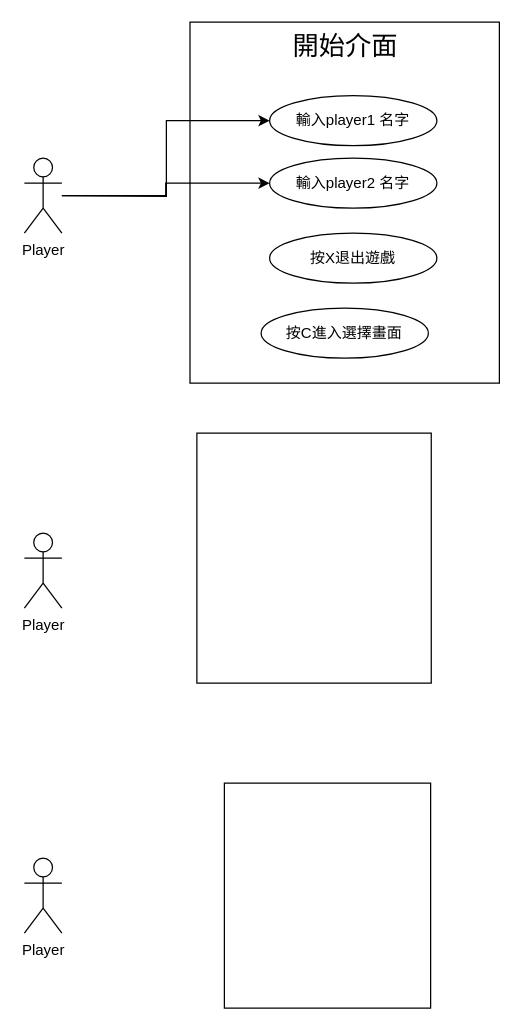
Before: Untitled Diagram.drawio in CHUN983/nuk_assembly_project, a draw.io diagram. Source tidied: cells renumbered, new cells numbered last; positions are measured from the earlier drawing's top-left corner, leaving out a move shared by most shapes. Both pictures are drawn from the tidied source at 125%, with x=0, y=0 at pixel (24, 21).
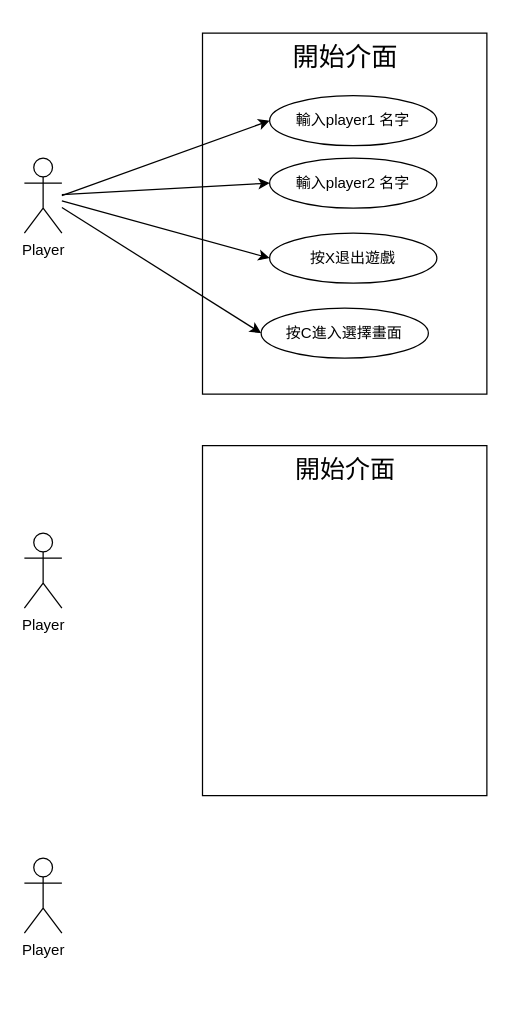
The same diagram, later.

The edit, as a diff of the source:
```diff
@@
 <mxGraphModel>
   <root>
     <mxCell id="0" />
     <mxCell id="1" parent="0" />
-    <mxCell id="2" value="&lt;font style=&quot;font-size: 21px;&quot;&gt;開始介面&lt;/font&gt;&lt;div style=&quot;font-size: 21px;&quot;&gt;&lt;br&gt;&lt;/div&gt;" style="rounded=0;whiteSpace=wrap;html=1;verticalAlign=top;" parent="1" vertex="1">
-      <mxGeometry x="132.5" y="0.2" width="247.5" height="288.8" as="geometry" />
+    <mxCell id="2" value="&lt;font style=&quot;font-size: 21px;&quot;&gt;開始介面&lt;/font&gt;" style="rounded=0;whiteSpace=wrap;html=1;verticalAlign=top;" parent="1" vertex="1">
+      <mxGeometry x="142.5" y="9" width="227.5" height="288.8" as="geometry" />
     </mxCell>
-    <mxCell id="3" style="edgeStyle=orthogonalEdgeStyle;rounded=0;jettySize=auto;html=1;entryX=0;entryY=0.5;entryDx=0;entryDy=0;" parent="1" edge="1" target="9">
+    <mxCell id="3" style="rounded=0;jettySize=auto;html=1;entryX=0;entryY=0.5;entryDx=0;entryDy=0;" parent="1" edge="1" target="9">
       <mxGeometry relative="1" as="geometry">
         <mxPoint x="30" y="139" as="sourcePoint" />
       </mxGeometry>
     </mxCell>
-    <mxCell id="4" style="edgeStyle=orthogonalEdgeStyle;rounded=0;jettySize=auto;html=1;entryX=0;entryY=0.5;entryDx=0;entryDy=0;" parent="1" edge="1" source="5" target="8">
+    <mxCell id="4" style="rounded=0;jettySize=auto;html=1;entryX=0;entryY=0.5;entryDx=0;entryDy=0;" parent="1" edge="1" source="5" target="8">
       <mxGeometry relative="1" as="geometry" />
     </mxCell>
+    <mxCell id="14" style="rounded=0;jettySize=auto;html=1;entryX=0;entryY=0.5;entryDx=0;entryDy=0;" parent="1" edge="1" source="5" target="11">
+      <mxGeometry relative="1" as="geometry" />
+    </mxCell>
+    <mxCell id="15" style="rounded=0;jettySize=auto;html=1;entryX=0;entryY=0.5;entryDx=0;entryDy=0;" parent="1" edge="1" source="5" target="10">
+      <mxGeometry relative="1" as="geometry" />
+    </mxCell>
     <mxCell id="5" value="Player" style="shape=umlActor;verticalLabelPosition=bottom;verticalAlign=top;html=1;outlineConnect=0;" parent="1" vertex="1">
       <mxGeometry y="109" width="30" height="60" as="geometry" />
     </mxCell>
-    <mxCell id="6" style="rounded=0;whiteSpace=wrap;html=1;" parent="1" vertex="1">
-      <mxGeometry x="138" y="329" width="187.5" height="200" as="geometry" />
+    <mxCell id="6" value="&lt;font style=&quot;font-size: 20px;&quot;&gt;開始介面&lt;/font&gt;" style="rounded=0;whiteSpace=wrap;html=1;align=center;verticalAlign=top;" parent="1" vertex="1">
+      <mxGeometry x="142.5" y="339" width="227.5" height="280" as="geometry" />
     </mxCell>
-    <mxCell id="7" style="rounded=0;whiteSpace=wrap;html=1;" parent="1" vertex="1">
-      <mxGeometry x="160" y="609" width="165" height="180" as="geometry" />
-    </mxCell>
     <mxCell id="8" value="輸入player2&lt;span style=&quot;background-color: initial;&quot;&gt;&amp;nbsp;名字&lt;/span&gt;" style="ellipse;whiteSpace=wrap;html=1;" parent="1" vertex="1">
       <mxGeometry x="196.2" y="109" width="133.8" height="40" as="geometry" />
     </mxCell>
     <mxCell id="9" value="輸入player1 名字" style="ellipse;whiteSpace=wrap;html=1;" parent="1" vertex="1">
       <mxGeometry x="196.2" y="59" width="133.8" height="40" as="geometry" />
     </mxCell>
     <mxCell id="10" value="按C進入選擇畫面" style="ellipse;whiteSpace=wrap;html=1;" parent="1" vertex="1">
       <mxGeometry x="189.4" y="229" width="133.8" height="40" as="geometry" />
     </mxCell>
     <mxCell id="11" value="按X退出遊戲" style="ellipse;whiteSpace=wrap;html=1;" parent="1" vertex="1">
       <mxGeometry x="196.2" y="169" width="133.8" height="40" as="geometry" />
     </mxCell>
     <mxCell id="12" value="Player" style="shape=umlActor;verticalLabelPosition=bottom;verticalAlign=top;html=1;" parent="1" vertex="1">
       <mxGeometry y="409" width="30" height="60" as="geometry" />
     </mxCell>
     <mxCell id="13" value="Player" style="shape=umlActor;verticalLabelPosition=bottom;verticalAlign=top;html=1;" parent="1" vertex="1">
       <mxGeometry y="669" width="30" height="60" as="geometry" />
     </mxCell>
   </root>
 </mxGraphModel>
```
